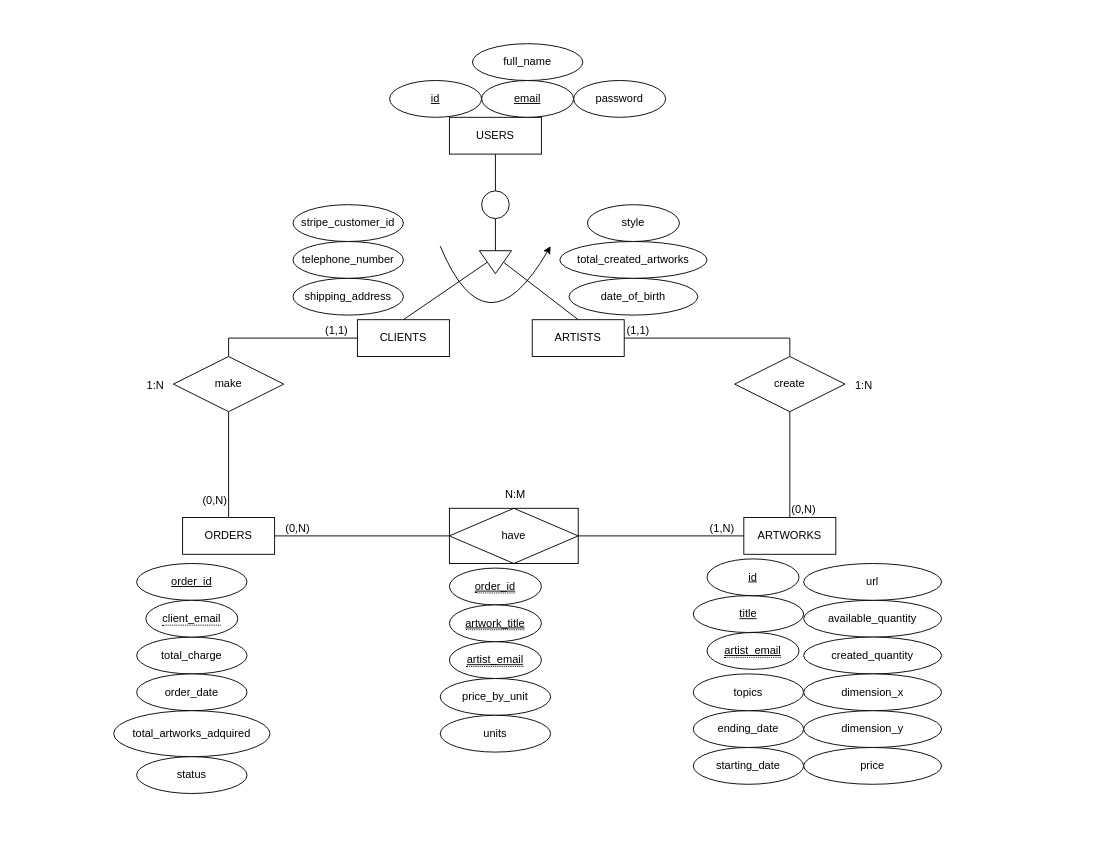
This is documentación/documentación del producto/documentación del sistema/documentación diseño/diagrama entidad-relación.drawio from GaelCodes/Ecommerce-Leonard-Devinch, a draw.io file, before an edit. Source tidied: cells renumbered, new cells numbered last; positions are measured from the earlier drawing's top-left corner, leaving out a move shared by most shapes. Both pictures are drawn from the tidied source at 92%, with x=0, y=0 at pixel (16, 16).
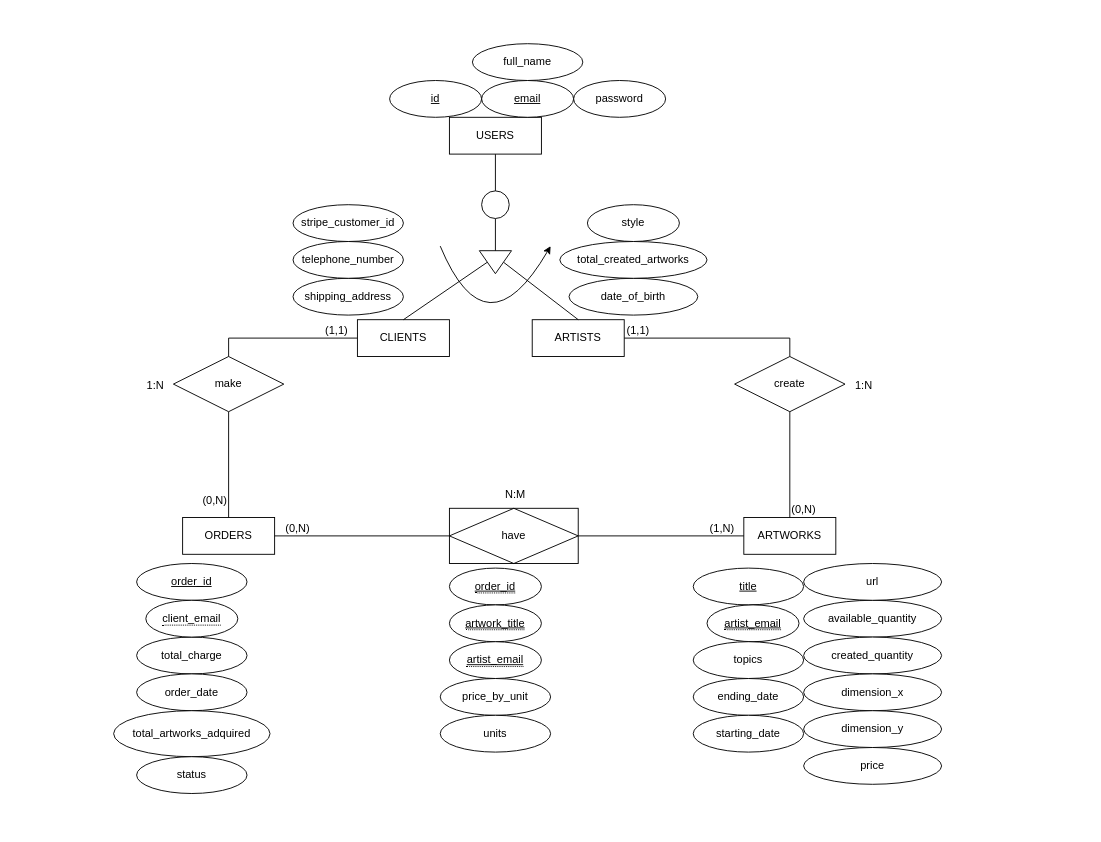
Above is the later version.

Change to the diagram source:
```diff
@@
     <mxCell id="40" value="&lt;u&gt;title&lt;/u&gt;" style="ellipse;whiteSpace=wrap;html=1;align=center;" parent="1" vertex="1">
-      <mxGeometry x="736" y="630" width="120" height="40" as="geometry" />
+      <mxGeometry x="736" y="600" width="120" height="40" as="geometry" />
     </mxCell>
     <mxCell id="41" value="ending_date" style="ellipse;whiteSpace=wrap;html=1;align=center;" parent="1" vertex="1">
-      <mxGeometry x="736" y="755" width="120" height="40" as="geometry" />
+      <mxGeometry x="736" y="720" width="120" height="40" as="geometry" />
     </mxCell>
@@
     <mxCell id="53" value="&lt;span style=&quot;border-bottom: 1px dotted&quot;&gt;&lt;u&gt;artist_email&lt;/u&gt;&lt;/span&gt;" style="ellipse;whiteSpace=wrap;html=1;align=center;" parent="1" vertex="1">
-      <mxGeometry x="751" y="670" width="100" height="40" as="geometry" />
+      <mxGeometry x="751" y="640" width="100" height="40" as="geometry" />
     </mxCell>
     <mxCell id="54" value="topics" style="ellipse;whiteSpace=wrap;html=1;align=center;" parent="1" vertex="1">
-      <mxGeometry x="736" y="715" width="120" height="40" as="geometry" />
+      <mxGeometry x="736" y="680" width="120" height="40" as="geometry" />
     </mxCell>
     <mxCell id="55" value="starting_date" style="ellipse;whiteSpace=wrap;html=1;align=center;" parent="1" vertex="1">
-      <mxGeometry x="736" y="795" width="120" height="40" as="geometry" />
+      <mxGeometry x="736" y="760" width="120" height="40" as="geometry" />
     </mxCell>
@@
-    <mxCell id="64" value="&lt;u&gt;id&lt;/u&gt;" style="ellipse;whiteSpace=wrap;html=1;align=center;" parent="1" vertex="1">
-      <mxGeometry x="751" y="590" width="100" height="40" as="geometry" />
-    </mxCell>
```
